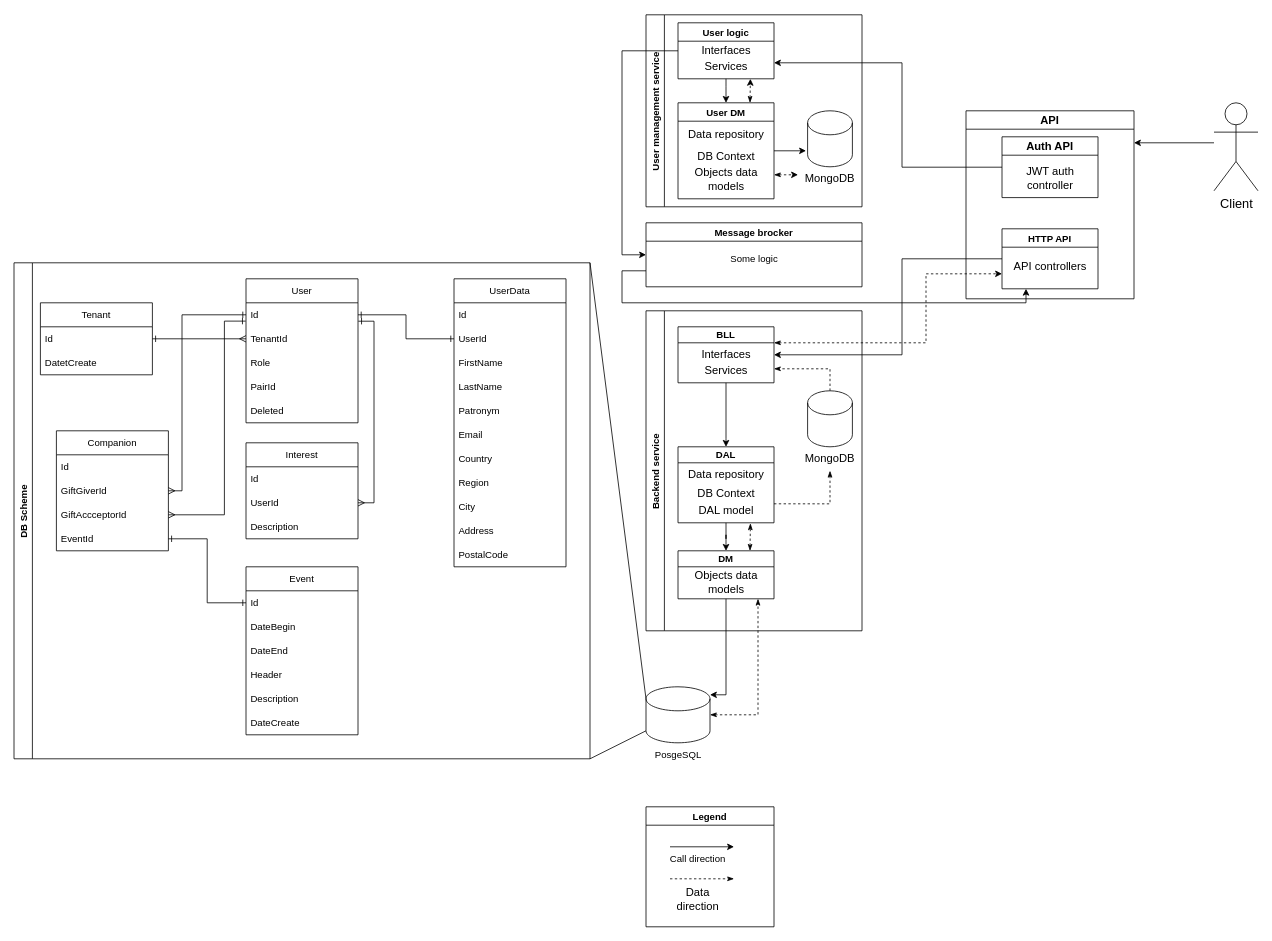
This is app_flow.drawio from KravchenkoDevelop/SecretSantaGenerator, a draw.io file, before an edit. Source tidied: cells renumbered, new cells numbered last; positions are measured from the earlier drawing's top-left corner, leaving out a move shared by most shapes. Both pictures are drawn from the tidied source at 80%, with x=0, y=0 at pixel (14, 14).
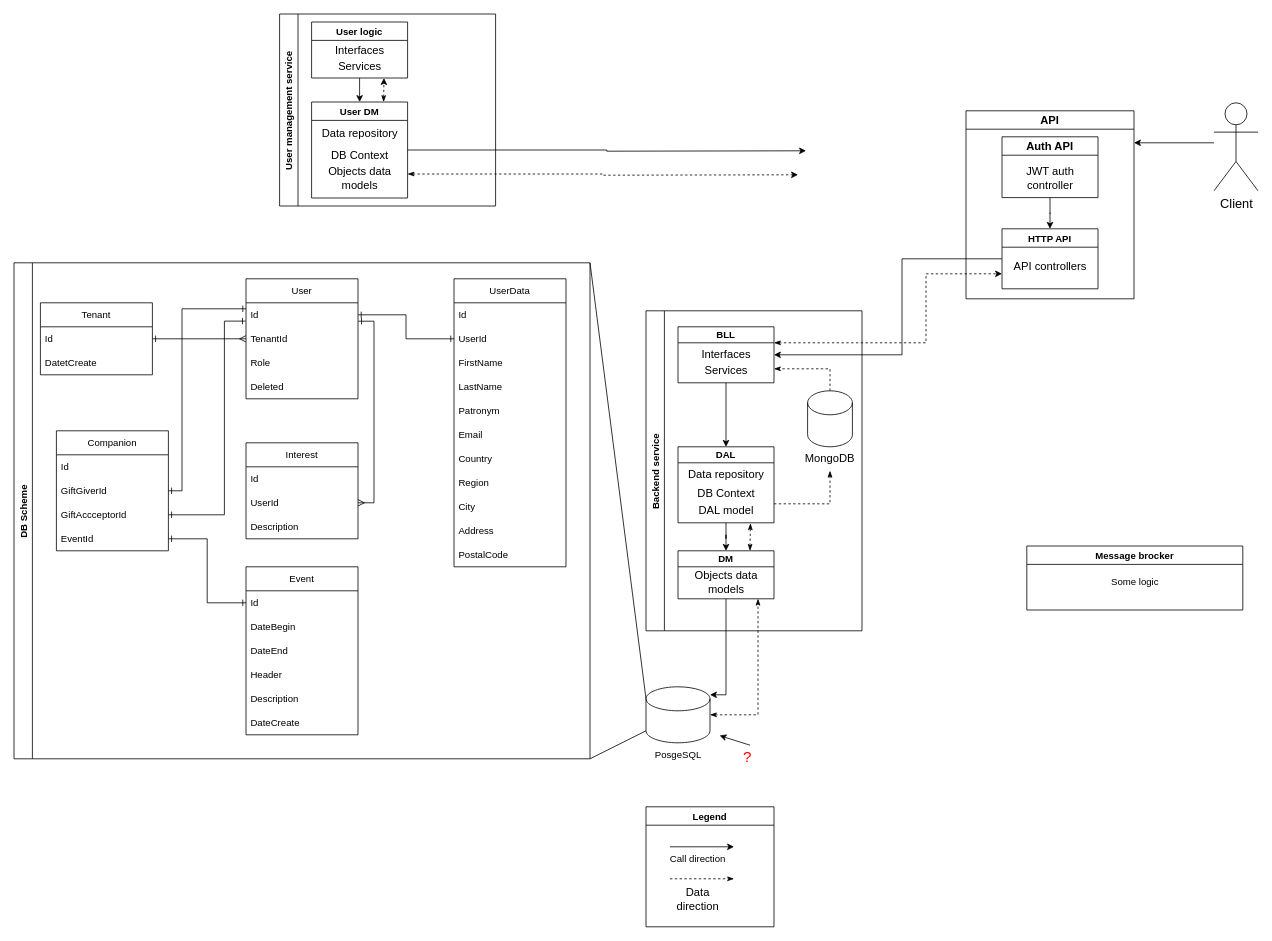
After the change.

Unchanged cells that the change refers to:
```xml
<mxCell id="31" value="API" style="swimlane;fontSize=14;" parent="1" vertex="1">
  <mxGeometry x="1190" y="120" width="210" height="235" as="geometry" />
</mxCell>
<mxCell id="32" value="Auth API" style="swimlane;fontSize=14;" parent="31" vertex="1">
  <mxGeometry x="45" y="32.5" width="120" height="76" as="geometry" />
</mxCell>
<mxCell id="33" value="JWT auth &lt;br&gt;controller" style="text;html=1;align=center;verticalAlign=middle;points=[];strokeColor=none;fillColor=none;fontSize=14;" parent="32" vertex="1">
  <mxGeometry x="20" y="26" width="80" height="50" as="geometry" />
</mxCell>
<mxCell id="34" value="HTTP API" style="swimlane;" parent="31" vertex="1">
  <mxGeometry x="45" y="147.5" width="120" height="75" as="geometry" />
</mxCell>
<mxCell id="39" value="User logic" style="swimlane;startSize=23;" parent="37" vertex="1">
  <mxGeometry x="40" y="10" width="120" height="70" as="geometry" />
</mxCell>
<mxCell id="62" value="DB Scheme" style="swimlane;horizontal=0;" parent="1" vertex="1">
  <mxGeometry y="310" width="720" height="620" as="geometry" />
</mxCell>
<mxCell id="64" value="Id" style="text;strokeColor=none;fillColor=none;align=left;verticalAlign=middle;spacingLeft=4;spacingRight=4;overflow=hidden;points=[[0,0.5],[1,0.5]];portConstraint=eastwest;" parent="63" vertex="1">
  <mxGeometry y="30" width="140" height="30" as="geometry" />
</mxCell>
<mxCell id="88" value="GiftGiverId" style="text;strokeColor=none;fillColor=none;align=left;verticalAlign=middle;spacingLeft=4;spacingRight=4;overflow=hidden;points=[[0,0.5],[1,0.5]];portConstraint=eastwest;" parent="86" vertex="1">
  <mxGeometry y="60" width="140" height="30" as="geometry" />
</mxCell>
<mxCell id="89" value="GiftAccceptorId" style="text;strokeColor=none;fillColor=none;align=left;verticalAlign=middle;spacingLeft=4;spacingRight=4;overflow=hidden;points=[[0,0.5],[1,0.5]];portConstraint=eastwest;" parent="86" vertex="1">
  <mxGeometry y="90" width="140" height="30" as="geometry" />
</mxCell>
```

Diff of the diagram source:
```diff
@@
-    <mxCell id="30" style="edgeStyle=orthogonalEdgeStyle;rounded=0;jettySize=auto;html=1;exitX=0;exitY=0.5;exitDx=0;exitDy=0;fontSize=14;startArrow=none;startFill=0;" parent="1" edge="1" source="32">
-      <mxGeometry relative="1" as="geometry">
-        <mxPoint x="950" y="60" as="targetPoint" />
-        <Array as="points">
-          <mxPoint x="1110" y="191" />
-          <mxPoint x="1110" y="60" />
-        </Array>
-      </mxGeometry>
-    </mxCell>
@@
+    <mxCell id="108" style="edgeStyle=orthogonalEdgeStyle;rounded=0;jettySize=auto;html=1;entryX=0.5;entryY=0;entryDx=0;entryDy=0;" parent="31" edge="1" source="33" target="34">
+      <mxGeometry relative="1" as="geometry" />
+    </mxCell>
@@
     <mxCell id="37" value="User management service" style="swimlane;horizontal=0;" parent="1" vertex="1">
-      <mxGeometry x="790" width="270" height="240" as="geometry" />
+      <mxGeometry x="332" y="-1" width="270" height="240" as="geometry" />
     </mxCell>
@@
-    <mxCell id="47" style="group;" parent="37" vertex="1">
-      <mxGeometry x="200" y="120" width="60" height="100" as="geometry" />
-    </mxCell>
-    <mxCell id="48" style="shape=cylinder3;whiteSpace=wrap;html=1;boundedLbl=1;backgroundOutline=1;size=15;fontSize=16;" parent="47" vertex="1">
-      <mxGeometry x="2" width="56" height="70" as="geometry" />
-    </mxCell>
-    <mxCell id="49" value="MongoDB" style="text;html=1;strokeColor=none;fillColor=none;align=center;verticalAlign=middle;whiteSpace=wrap;rounded=0;fontSize=14;" parent="47" vertex="1">
-      <mxGeometry y="70" width="60" height="30" as="geometry" />
-    </mxCell>
@@
-    <mxCell id="58" style="edgeStyle=orthogonalEdgeStyle;rounded=0;jettySize=auto;html=1;exitX=0;exitY=0.75;exitDx=0;exitDy=0;startArrow=none;startFill=0;entryX=0.25;entryY=1;entryDx=0;entryDy=0;" parent="1" edge="1" source="59" target="34">
-      <mxGeometry relative="1" as="geometry">
-        <Array as="points">
-          <mxPoint x="760" y="320" />
-          <mxPoint x="760" y="360" />
-          <mxPoint x="1265" y="360" />
-        </Array>
-      </mxGeometry>
-    </mxCell>
     <mxCell id="59" value="Message brocker" style="swimlane;" parent="1" vertex="1">
-      <mxGeometry x="790" y="260" width="270" height="80" as="geometry" />
+      <mxGeometry x="1266" y="664" width="270" height="80" as="geometry" />
     </mxCell>
@@
-    <mxCell id="61" style="edgeStyle=orthogonalEdgeStyle;rounded=0;jettySize=auto;html=1;exitX=0;exitY=0.5;exitDx=0;exitDy=0;entryX=0;entryY=0.5;entryDx=0;entryDy=0;startArrow=none;startFill=0;" parent="1" edge="1" source="39" target="59">
-      <mxGeometry relative="1" as="geometry">
-        <Array as="points">
-          <mxPoint x="760" y="45" />
-          <mxPoint x="760" y="300" />
-        </Array>
-      </mxGeometry>
-    </mxCell>
@@
     <mxCell id="63" value="User" style="swimlane;fontStyle=0;horizontal=1;startSize=30;" parent="62" vertex="1">
-      <mxGeometry x="290" y="20" width="140" height="180" as="geometry" />
+      <mxGeometry x="290" y="20" width="140" height="150" as="geometry" />
     </mxCell>
@@
-    <mxCell id="67" value="PairId" style="text;strokeColor=none;fillColor=none;align=left;verticalAlign=middle;spacingLeft=4;spacingRight=4;overflow=hidden;" parent="63" vertex="1">
-      <mxGeometry y="120" width="140" height="30" as="geometry" />
-    </mxCell>
     <mxCell id="68" value="Deleted" style="text;strokeColor=none;fillColor=none;align=left;verticalAlign=middle;spacingLeft=4;spacingRight=4;overflow=hidden;" parent="63" vertex="1">
-      <mxGeometry y="150" width="140" height="30" as="geometry" />
+      <mxGeometry y="120" width="140" height="30" as="geometry" />
     </mxCell>
@@
-    <mxCell id="91" style="edgeStyle=orthogonalEdgeStyle;rounded=0;jettySize=auto;html=1;exitX=1;exitY=0.5;exitDx=0;exitDy=0;startArrow=ERmany;startFill=0;endArrow=ERone;endFill=0;entryX=-0.003;entryY=0.763;entryDx=0;entryDy=0;entryPerimeter=0;" parent="62" edge="1" source="89" target="64">
+    <mxCell id="91" style="edgeStyle=orthogonalEdgeStyle;rounded=0;jettySize=auto;html=1;exitX=1;exitY=0.5;exitDx=0;exitDy=0;startArrow=ERone;startFill=0;endArrow=ERone;endFill=0;entryX=-0.003;entryY=0.763;entryDx=0;entryDy=0;entryPerimeter=0;" parent="62" edge="1" source="89" target="64">
       <mxGeometry relative="1" as="geometry">
         <Array as="points">
           <mxPoint x="263" y="315" />
           <mxPoint x="263" y="73" />
         </Array>
       </mxGeometry>
     </mxCell>
@@
-    <mxCell id="100" style="edgeStyle=orthogonalEdgeStyle;rounded=0;jettySize=auto;html=1;startArrow=ERmany;startFill=0;endArrow=ERone;endFill=0;entryX=0;entryY=0.25;entryDx=0;entryDy=0;" parent="62" edge="1" source="88" target="63">
+    <mxCell id="100" style="edgeStyle=orthogonalEdgeStyle;rounded=0;jettySize=auto;html=1;startArrow=ERone;startFill=0;endArrow=ERone;endFill=0;entryX=0;entryY=0.25;entryDx=0;entryDy=0;" parent="62" edge="1" source="88" target="63">
       <mxGeometry relative="1" as="geometry">
         <Array as="points">
           <mxPoint x="210" y="285" />
-          <mxPoint x="210" y="65" />
+          <mxPoint x="210" y="58" />
         </Array>
       </mxGeometry>
     </mxCell>
@@
+    <mxCell id="109" value="&lt;font color=&quot;#ff0000&quot;&gt;?&lt;/font&gt;" style="text;html=1;strokeColor=none;fillColor=none;align=center;verticalAlign=middle;whiteSpace=wrap;rounded=0;fontSize=19;" parent="1" vertex="1">
+      <mxGeometry x="887" y="913" width="60" height="30" as="geometry" />
+    </mxCell>
+    <mxCell id="110" style="endArrow=classic;html=1;rounded=0;fontSize=19;fontColor=#FF0000;" parent="1" edge="1">
+      <mxGeometry relative="1" as="geometry">
+        <mxPoint x="920" y="913" as="sourcePoint" />
+        <mxPoint x="882" y="901" as="targetPoint" />
+      </mxGeometry>
+    </mxCell>
```
